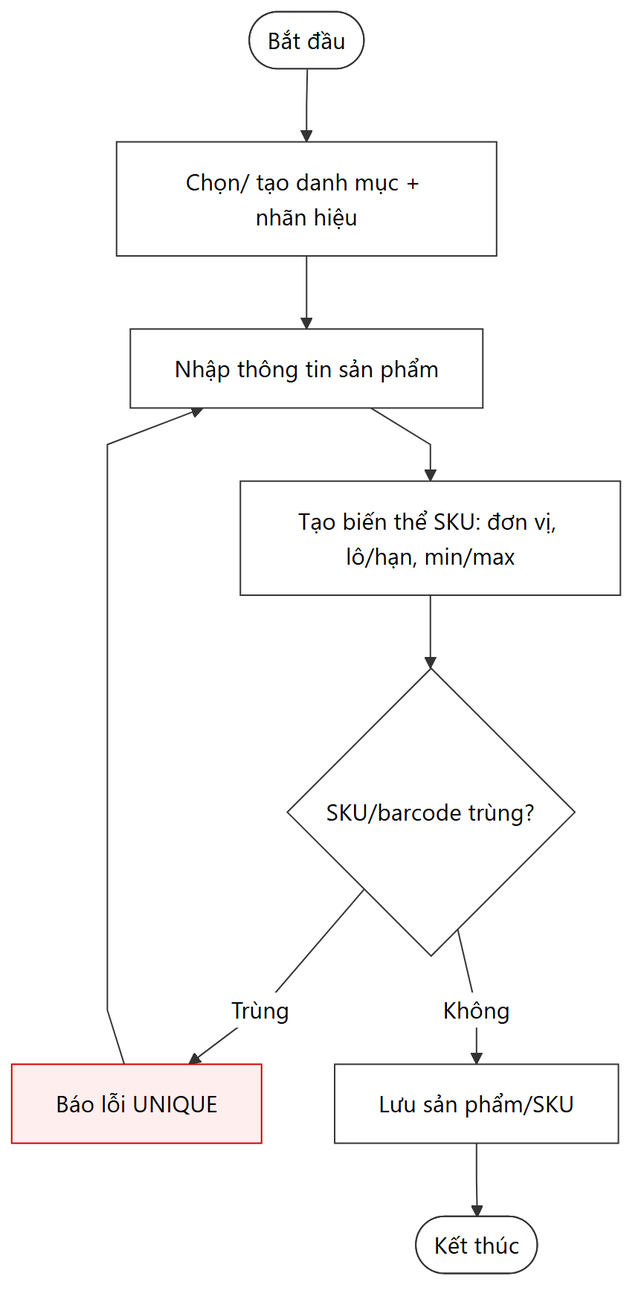
The Mermaid diagram docs/diagrams/40_3-3-6_chuc-nang-quan-ly-san-pham-va-sku-catalog_flow.png in nguyenthihongnhu-dotcom/luanvan2026, before a commit. Its source is kept beside it as docs/diagrams/40_3-3-6_chuc-nang-quan-ly-san-pham-va-sku-catalog_flow.mmd. Its diagram source:
```mermaid
flowchart TD
    A([Bắt đầu]) --> B[Chọn/ tạo danh mục + nhãn hiệu]
    B --> C[Nhập thông tin sản phẩm]
    C --> D[Tạo biến thể SKU: đơn vị, lô/hạn, min/max]
    D --> E{SKU/barcode trùng?}
    E -- Trùng --> F[Báo lỗi UNIQUE]:::err
    E -- Không --> G[Lưu sản phẩm/SKU]
    G --> H([Kết thúc])
    F --> C
    classDef err fill:#fee,stroke:#c00;
```
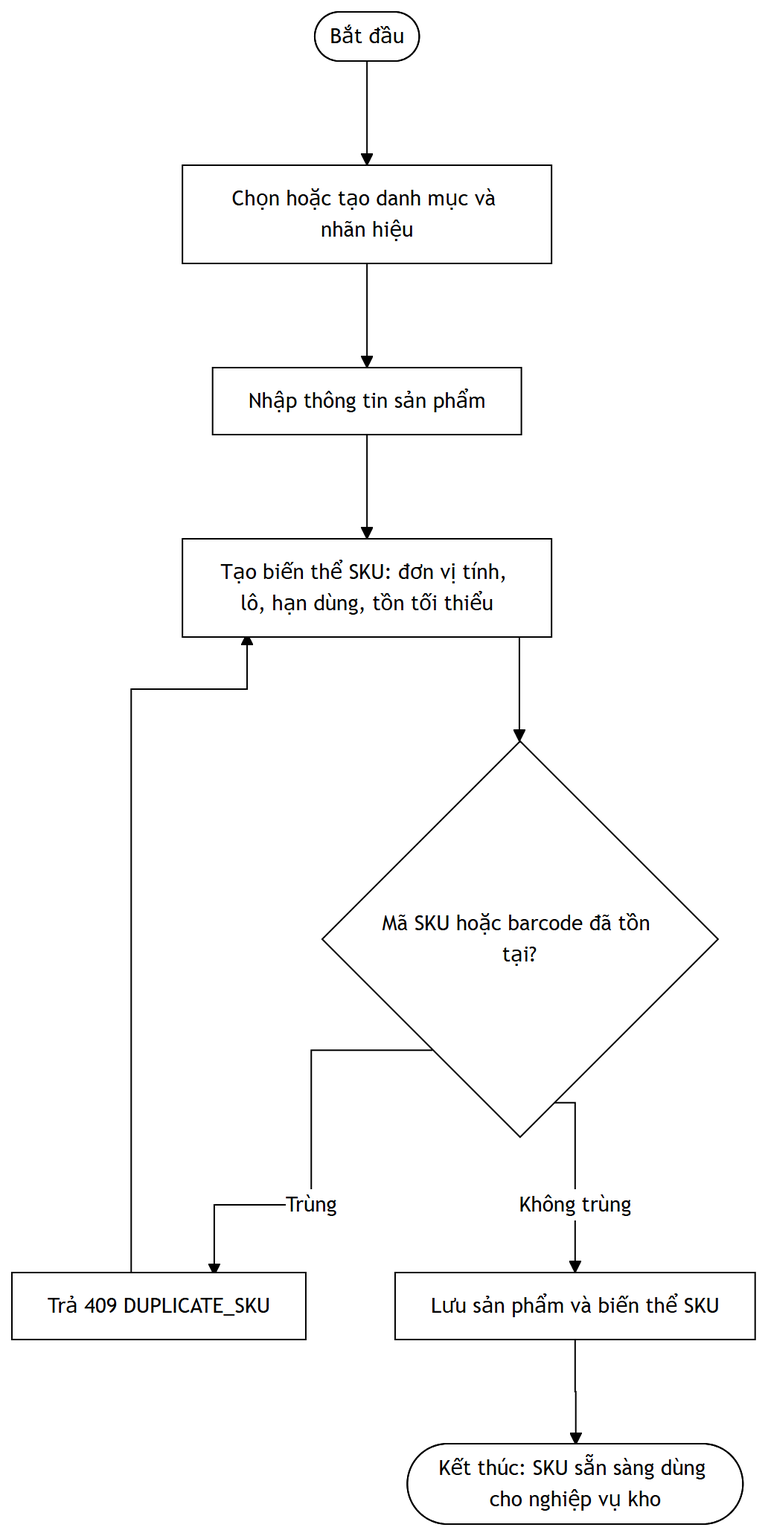
After the change.

Change to the diagram source:
```diff
@@ -1,10 +1,32 @@
+%%{init: {
+  'theme': 'base',
+  'themeVariables': {
+    'primaryColor': '#ffffff',
+    'primaryBorderColor': '#000000',
+    'primaryTextColor': '#000000',
+    'secondaryColor': '#ffffff',
+    'secondaryBorderColor': '#000000',
+    'secondaryTextColor': '#000000',
+    'tertiaryColor': '#ffffff',
+    'tertiaryBorderColor': '#000000',
+    'tertiaryTextColor': '#000000',
+    'lineColor': '#000000',
+    'textColor': '#000000',
+    'mainBkg': '#ffffff',
+    'nodeBorder': '#000000',
+    'clusterBkg': '#ffffff',
+    'clusterBorder': '#000000',
+    'edgeLabelBackground': '#ffffff',
+    'fontSize': '14px'
+  },
+  'flowchart': { 'curve': 'stepAfter', 'nodeSpacing': 60, 'rankSpacing': 70, 'padding': 12, 'useMaxWidth': false }
+}}%%
 flowchart TD
-    A([Bắt đầu]) --> B[Chọn/ tạo danh mục + nhãn hiệu]
-    B --> C[Nhập thông tin sản phẩm]
-    C --> D[Tạo biến thể SKU: đơn vị, lô/hạn, min/max]
-    D --> E{SKU/barcode trùng?}
-    E -- Trùng --> F[Báo lỗi UNIQUE]:::err
-    E -- Không --> G[Lưu sản phẩm/SKU]
-    G --> H([Kết thúc])
-    F --> C
-    classDef err fill:#fee,stroke:#c00;
+    Start(["Bắt đầu"]) --> B["Chọn hoặc tạo danh mục và nhãn hiệu"]
+    B --> C["Nhập thông tin sản phẩm"]
+    C --> Dn["Tạo biến thể SKU: đơn vị tính, lô, hạn dùng, tồn tối thiểu"]
+    Dn --> E{"Mã SKU hoặc barcode đã tồn tại?"}
+    E -->|Trùng| E1["Trả 409 DUPLICATE_SKU"]
+    E1 --> Dn
+    E -->|Không trùng| F["Lưu sản phẩm và biến thể SKU"]
+    F --> End1(["Kết thúc: SKU sẵn sàng dùng cho nghiệp vụ kho"])
```
